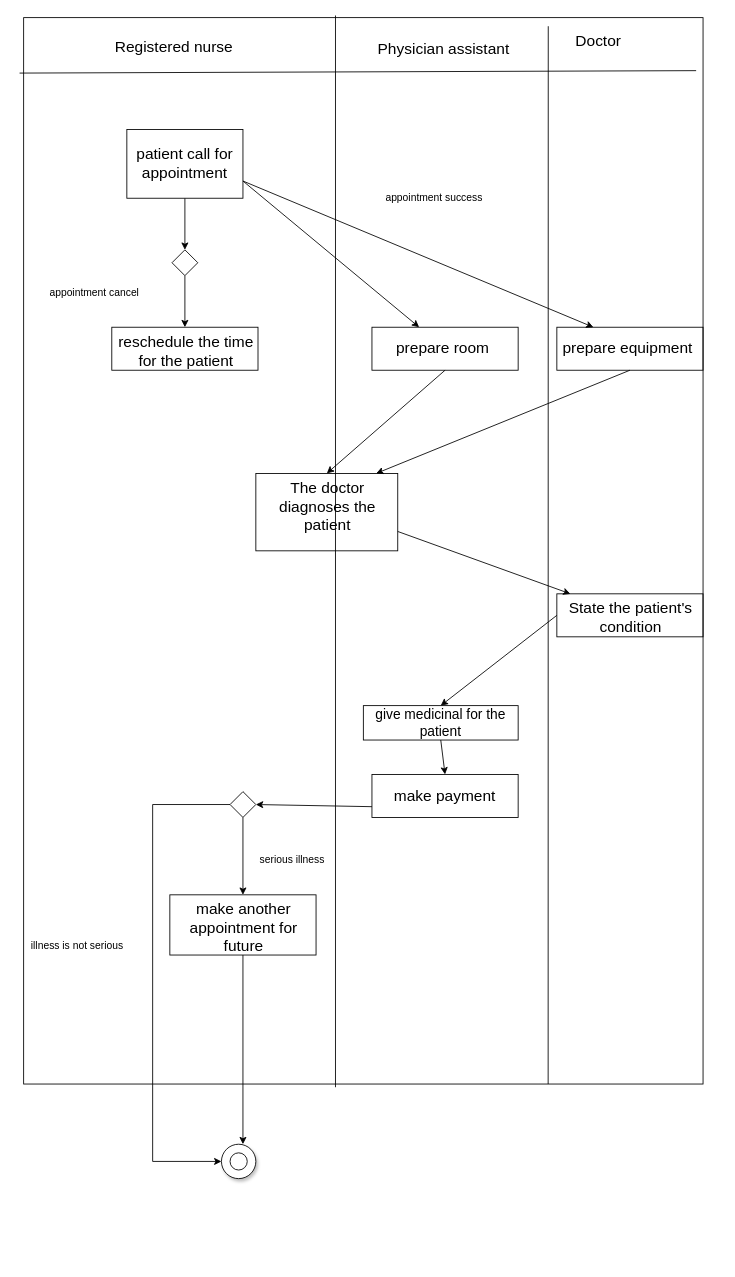
The draw.io diagram doctor.drawio in enchee123/potential-octo-guacamole, before the edit. Source tidied: cells renumbered, new cells numbered last; positions are measured from the earlier drawing's top-left corner, leaving out a move shared by most shapes. Both pictures are drawn from the tidied source at 86%, with x=0, y=0 at pixel (15, 17).
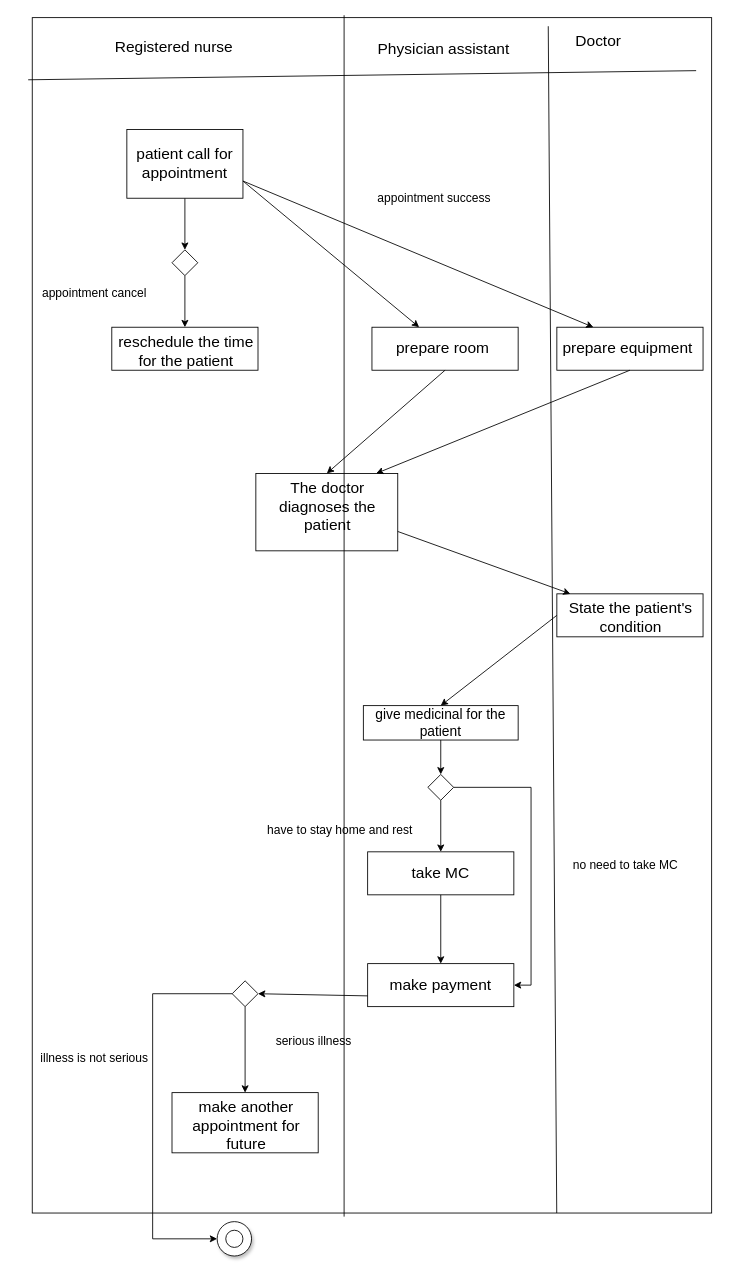
The same diagram, later.

The change refers to these unchanged cells:
```xml
<mxCell id="14" value="give medicinal for the patient" style="text;whiteSpace=wrap;align=center;verticalAlign=middle;fontSize=16;strokeColor=default;" parent="1" vertex="1">
  <mxGeometry x="405" y="800" width="180" height="40" as="geometry" />
</mxCell>
<mxCell id="22" style="ellipse;whiteSpace=wrap;html=1;fontColor=default;labelBackgroundColor=none;shadow=1;" parent="21" vertex="1">
  <mxGeometry width="40" height="40" as="geometry" />
</mxCell>
```

Change to the diagram source:
```diff
@@
     <mxCell id="2" style="rounded=0;whiteSpace=wrap;html=1;" parent="1" vertex="1">
-      <mxGeometry x="10" width="790" height="1240" as="geometry" />
+      <mxGeometry x="20" width="790" height="1390" as="geometry" />
     </mxCell>
@@
     <mxCell id="12" value="&lt;div style=&quot;&quot;&gt;&lt;span style=&quot;font-size: 18px;&quot;&gt;make payment&lt;/span&gt;&lt;/div&gt;" style="text;whiteSpace=wrap;html=1;strokeColor=default;align=center;verticalAlign=middle;" parent="1" vertex="1">
-      <mxGeometry x="415" y="880" width="170" height="50" as="geometry" />
+      <mxGeometry x="410" y="1100" width="170" height="50" as="geometry" />
     </mxCell>
@@
+    <mxCell id="40" style="edgeStyle=orthogonalEdgeStyle;rounded=0;jettySize=auto;html=1;entryX=0.5;entryY=0;entryDx=0;entryDy=0;" parent="1" edge="1" source="14" target="46">
+      <mxGeometry relative="1" as="geometry" />
+    </mxCell>
@@
     <mxCell id="15" value="&lt;div style=&quot;text-align: center;&quot;&gt;&lt;span style=&quot;font-size: 18px;&quot;&gt;make another appointment for future&lt;/span&gt;&lt;/div&gt;" style="text;whiteSpace=wrap;html=1;strokeColor=default;" parent="1" vertex="1">
-      <mxGeometry x="180" y="1020" width="170" height="70" as="geometry" />
+      <mxGeometry x="182.5" y="1250" width="170" height="70" as="geometry" />
     </mxCell>
@@
     <mxCell id="19" style="edgeStyle=orthogonalEdgeStyle;rounded=0;jettySize=auto;html=1;entryX=0;entryY=0.5;entryDx=0;entryDy=0;" parent="1" edge="1" source="20" target="22">
       <mxGeometry relative="1" as="geometry">
         <Array as="points">
-          <mxPoint x="160" y="915" />
-          <mxPoint x="160" y="1330" />
+          <mxPoint x="160" y="1135" />
+          <mxPoint x="160" y="1420" />
         </Array>
       </mxGeometry>
     </mxCell>
     <mxCell id="20" style="rhombus;whiteSpace=wrap;html=1;" parent="1" vertex="1">
-      <mxGeometry x="250" y="900" width="30" height="30" as="geometry" />
+      <mxGeometry x="252.5" y="1120" width="30" height="30" as="geometry" />
     </mxCell>
     <mxCell id="21" style="group;" parent="1" vertex="1">
-      <mxGeometry x="240" y="1310" width="40" height="40" as="geometry" />
+      <mxGeometry x="235" y="1400" width="40" height="40" as="geometry" />
     </mxCell>
@@
-    <mxCell id="24" value="appointment success" style="text;html=1;align=center;verticalAlign=middle;whiteSpace=wrap;rounded=0;" parent="1" vertex="1">
+    <mxCell id="24" value="&lt;font style=&quot;font-size: 14px;&quot;&gt;appointment success&lt;/font&gt;" style="text;html=1;align=center;verticalAlign=middle;whiteSpace=wrap;rounded=0;" parent="1" vertex="1">
       <mxGeometry x="415" y="180" width="145" height="60" as="geometry" />
     </mxCell>
-    <mxCell id="25" value="appointment cancel" style="text;html=1;align=center;verticalAlign=middle;whiteSpace=wrap;rounded=0;" parent="1" vertex="1">
+    <mxCell id="25" value="&lt;font style=&quot;font-size: 14px;&quot;&gt;appointment cancel&lt;/font&gt;" style="text;html=1;align=center;verticalAlign=middle;whiteSpace=wrap;rounded=0;" parent="1" vertex="1">
       <mxGeometry x="20" y="290" width="145" height="60" as="geometry" />
     </mxCell>
@@
-    <mxCell id="32" style="endArrow=classic;html=1;rounded=0;exitX=0.5;exitY=1;exitDx=0;exitDy=0;entryX=0.5;entryY=0;entryDx=0;entryDy=0;" parent="1" edge="1" source="14" target="12">
-      <mxGeometry relative="1" as="geometry" />
-    </mxCell>
@@
-    <mxCell id="35" value="serious illness" style="text;html=1;align=center;verticalAlign=middle;whiteSpace=wrap;rounded=0;" parent="1" vertex="1">
-      <mxGeometry x="250" y="950" width="145" height="60" as="geometry" />
+    <mxCell id="35" value="&lt;font style=&quot;font-size: 14px;&quot;&gt;serious illness&lt;/font&gt;" style="text;html=1;align=center;verticalAlign=middle;whiteSpace=wrap;rounded=0;" parent="1" vertex="1">
+      <mxGeometry x="275" y="1160" width="145" height="60" as="geometry" />
     </mxCell>
-    <mxCell id="36" style="endArrow=classic;html=1;rounded=0;exitX=0.5;exitY=1;exitDx=0;exitDy=0;" parent="1" edge="1" source="15">
-      <mxGeometry relative="1" as="geometry">
-        <mxPoint x="265" y="1310" as="targetPoint" />
-      </mxGeometry>
-    </mxCell>
-    <mxCell id="37" value="illness is not serious" style="text;html=1;align=center;verticalAlign=middle;whiteSpace=wrap;rounded=0;" parent="1" vertex="1">
-      <mxGeometry y="1050" width="145" height="60" as="geometry" />
+    <mxCell id="37" value="&lt;font style=&quot;font-size: 14px;&quot;&gt;illness is not serious&lt;/font&gt;" style="text;html=1;align=center;verticalAlign=middle;whiteSpace=wrap;rounded=0;" parent="1" vertex="1">
+      <mxGeometry x="20" y="1180" width="145" height="60" as="geometry" />
     </mxCell>
@@
+    <mxCell id="41" style="edgeStyle=orthogonalEdgeStyle;rounded=0;jettySize=auto;html=1;" parent="1" edge="1" source="42" target="12">
+      <mxGeometry relative="1" as="geometry" />
+    </mxCell>
+    <mxCell id="42" value="&lt;div style=&quot;&quot;&gt;&lt;span style=&quot;font-size: 18px;&quot;&gt;take MC&lt;/span&gt;&lt;/div&gt;" style="text;whiteSpace=wrap;html=1;strokeColor=default;align=center;verticalAlign=middle;" parent="1" vertex="1">
+      <mxGeometry x="410" y="970" width="170" height="50" as="geometry" />
+    </mxCell>
+    <mxCell id="43" value="&lt;font style=&quot;font-size: 14px;&quot;&gt;have to stay home and rest&lt;/font&gt;" style="text;html=1;align=center;verticalAlign=middle;whiteSpace=wrap;rounded=0;" parent="1" vertex="1">
+      <mxGeometry x="282.5" y="930" width="190" height="30" as="geometry" />
+    </mxCell>
+    <mxCell id="44" style="edgeStyle=orthogonalEdgeStyle;rounded=0;jettySize=auto;html=1;entryX=0.5;entryY=0;entryDx=0;entryDy=0;" parent="1" edge="1" source="46" target="42">
+      <mxGeometry relative="1" as="geometry" />
+    </mxCell>
+    <mxCell id="45" style="edgeStyle=orthogonalEdgeStyle;rounded=0;jettySize=auto;html=1;entryX=1;entryY=0.5;entryDx=0;entryDy=0;" parent="1" edge="1" source="46" target="12">
+      <mxGeometry relative="1" as="geometry">
+        <Array as="points">
+          <mxPoint x="600" y="895" />
+          <mxPoint x="600" y="1125" />
+        </Array>
+      </mxGeometry>
+    </mxCell>
+    <mxCell id="46" style="rhombus;whiteSpace=wrap;html=1;" parent="1" vertex="1">
+      <mxGeometry x="480" y="880" width="30" height="30" as="geometry" />
+    </mxCell>
+    <mxCell id="47" value="&lt;font style=&quot;font-size: 14px;&quot;&gt;no need to take MC&lt;/font&gt;" style="text;html=1;align=center;verticalAlign=middle;whiteSpace=wrap;rounded=0;" parent="1" vertex="1">
+      <mxGeometry x="640" y="970" width="140" height="32" as="geometry" />
+    </mxCell>
```
